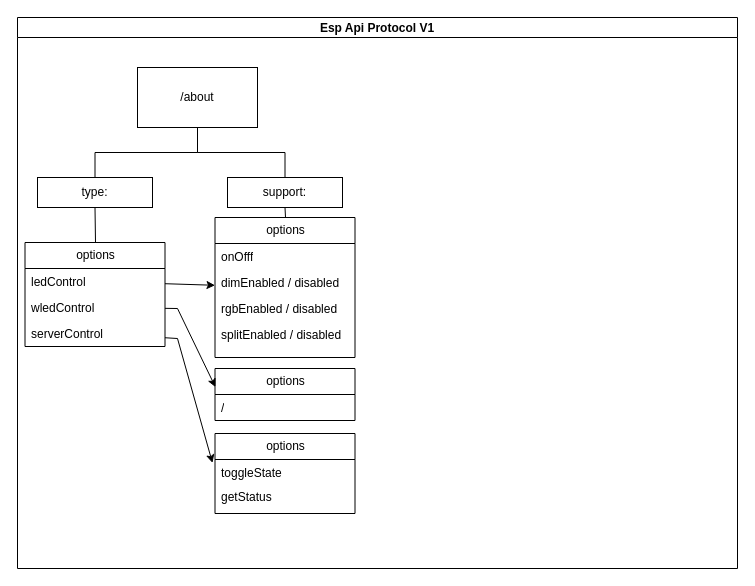
Before: protocol/EspProtocol.drawio in Tobias-Auer/EspSmartHome, a draw.io diagram. Source tidied: cells renumbered, new cells numbered last; positions are measured from the earlier drawing's top-left corner, leaving out a move shared by most shapes. Both pictures are drawn from the tidied source at 100%, with x=0, y=0 at pixel (17, 17).
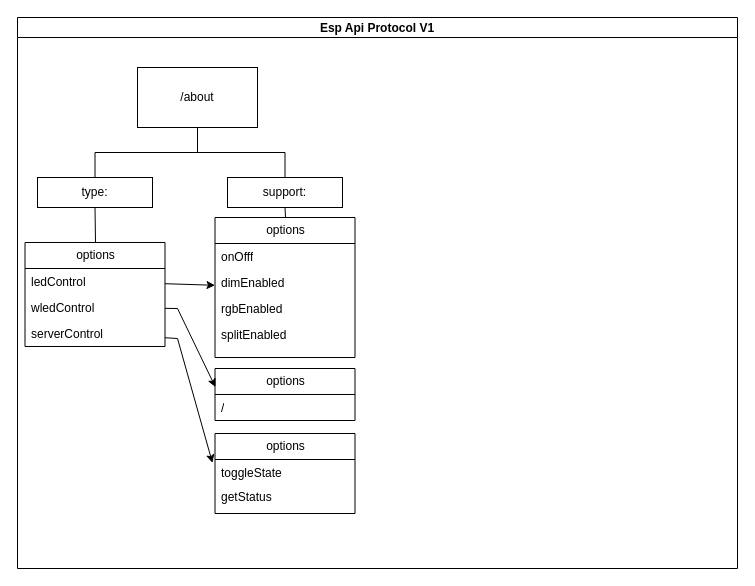
The same page after the edit.

The change refers to these unchanged cells:
```xml
<mxCell id="14" value="options" style="swimlane;fontStyle=0;horizontal=1;startSize=26;fillColor=none;html=1;" parent="2" vertex="1">
  <mxGeometry x="197.5" y="200" width="140" height="140" as="geometry" />
</mxCell>
```

Diff of the diagram source:
```diff
@@
-    <mxCell id="16" value="&lt;div&gt;dimEnabled / disabled&lt;br&gt;&lt;/div&gt;" style="text;strokeColor=none;fillColor=none;align=left;verticalAlign=top;spacingLeft=4;spacingRight=4;overflow=hidden;whiteSpace=wrap;html=1;" parent="14" vertex="1">
+    <mxCell id="16" value="&lt;div&gt;dimEnabled &lt;/div&gt;" style="text;strokeColor=none;fillColor=none;align=left;verticalAlign=top;spacingLeft=4;spacingRight=4;overflow=hidden;whiteSpace=wrap;html=1;" parent="14" vertex="1">
       <mxGeometry y="52" width="140" height="26" as="geometry" />
     </mxCell>
-    <mxCell id="17" value="rgbEnabled / disabled" style="text;strokeColor=none;fillColor=none;align=left;verticalAlign=top;spacingLeft=4;spacingRight=4;overflow=hidden;whiteSpace=wrap;html=1;" parent="14" vertex="1">
+    <mxCell id="17" value="rgbEnabled " style="text;strokeColor=none;fillColor=none;align=left;verticalAlign=top;spacingLeft=4;spacingRight=4;overflow=hidden;whiteSpace=wrap;html=1;" parent="14" vertex="1">
       <mxGeometry y="78" width="140" height="26" as="geometry" />
     </mxCell>
-    <mxCell id="18" value="splitEnabled / disabled" style="text;strokeColor=none;fillColor=none;align=left;verticalAlign=top;spacingLeft=4;spacingRight=4;overflow=hidden;whiteSpace=wrap;html=1;" parent="14" vertex="1">
+    <mxCell id="18" value="splitEnabled " style="text;strokeColor=none;fillColor=none;align=left;verticalAlign=top;spacingLeft=4;spacingRight=4;overflow=hidden;whiteSpace=wrap;html=1;" parent="14" vertex="1">
       <mxGeometry y="104" width="140" height="36" as="geometry" />
     </mxCell>
```
